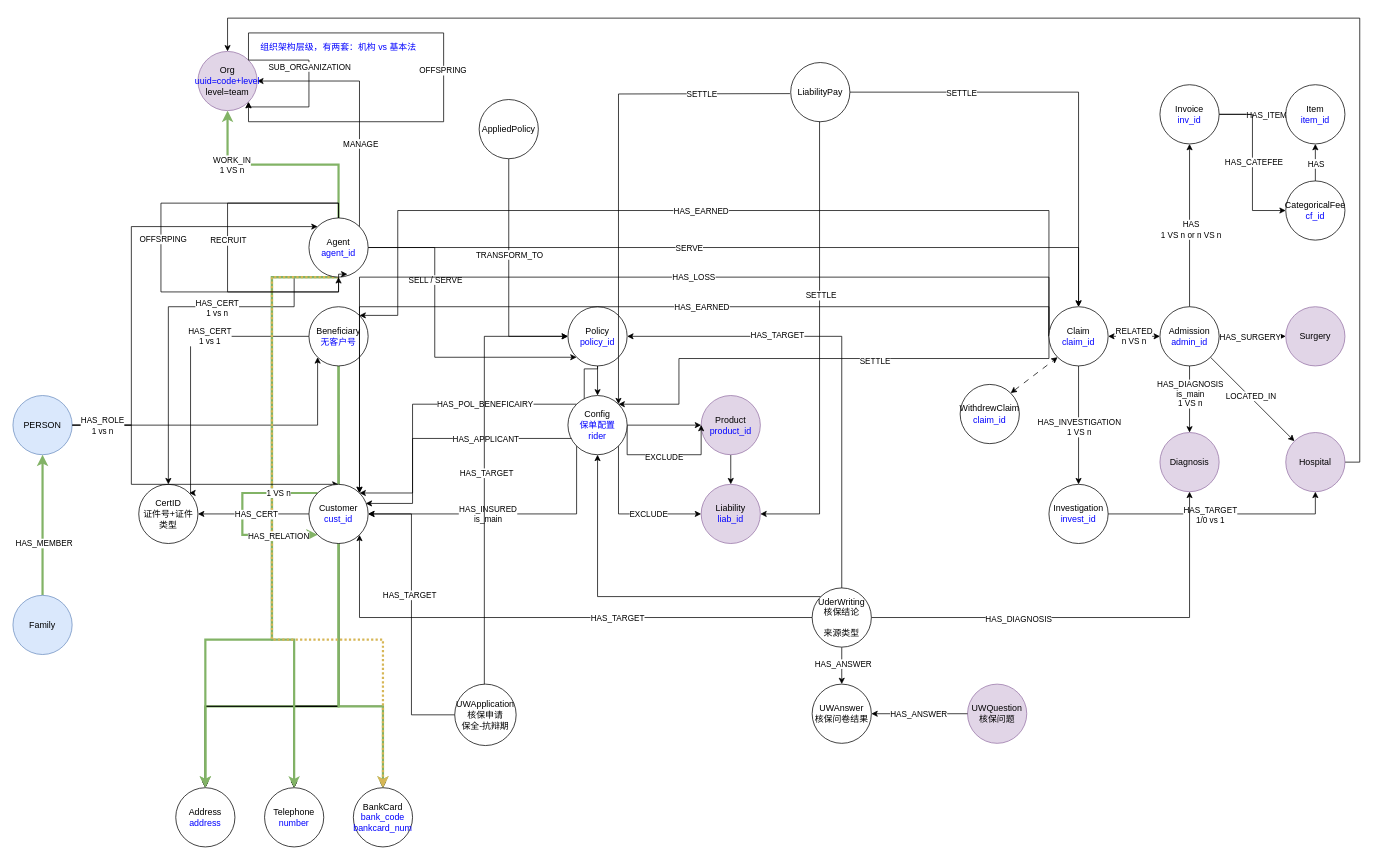
The draw.io diagram page "V1.3" (5 of 5) of 友邦/图拓扑设计.drawio in XiaoLiuAI/diagrams, before the edit. Source tidied: cells renumbered, new cells numbered last; positions are measured from the earlier drawing's top-left corner, leaving out a move shared by most shapes. Both pictures are drawn from the tidied source at 74%, with x=0, y=0 at pixel (13, 18).
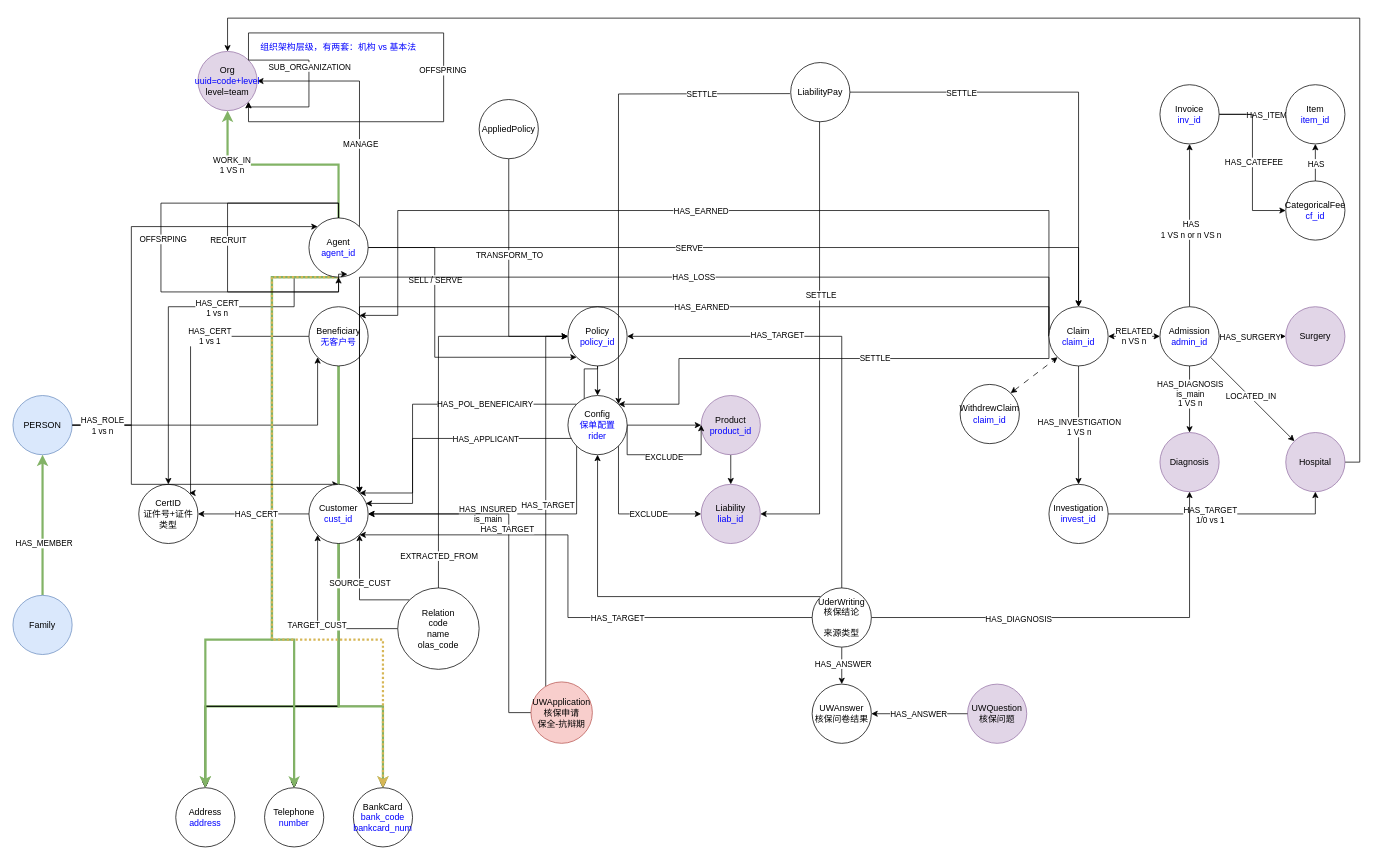
The same diagram, later.

Commit message (it also covers changes not shown here):
更新图拓扑设计.drawio

Unchanged cells that the change refers to:
```xml
<mxCell id="33" value="Policy&lt;br&gt;&lt;font color=&quot;#0000ff&quot;&gt;policy_id&lt;/font&gt;" style="ellipse;whiteSpace=wrap;html=1;" parent="1" vertex="1">
  <mxGeometry x="750" y="390" width="80" height="80" as="geometry" />
</mxCell>
<mxCell id="57" style="edgeStyle=orthogonalEdgeStyle;rounded=0;jettySize=auto;html=1;exitX=0;exitY=0.5;exitDx=0;exitDy=0;entryX=1;entryY=0;entryDx=0;entryDy=0;" parent="1" edge="1" source="59" target="46">
  <mxGeometry relative="1" as="geometry">
    <Array as="points">
      <mxPoint x="1400" y="460" />
      <mxPoint x="900" y="460" />
      <mxPoint x="900" y="522" />
    </Array>
  </mxGeometry>
</mxCell>
<mxCell id="114" value="Customer&lt;br&gt;&lt;font color=&quot;#0000ff&quot;&gt;cust_id&lt;/font&gt;" style="ellipse;whiteSpace=wrap;html=1;" parent="1" vertex="1">
  <mxGeometry x="400" y="630" width="80" height="80" as="geometry" />
</mxCell>
<mxCell id="124" value="UderWriting&lt;br&gt;核保结论&lt;br&gt;&lt;br&gt;来源类型" style="ellipse;whiteSpace=wrap;html=1;" parent="1" vertex="1">
  <mxGeometry x="1080" y="770" width="80" height="80" as="geometry" />
</mxCell>
```

The edit, as a diff of the source:
```diff
@@
     <mxCell id="58" value="SETTLE" style="edgeLabel;html=1;align=center;verticalAlign=middle;" parent="57" vertex="1">
-      <mxGeometry x="-0.21" y="3" relative="1" as="geometry" />
+      <mxGeometry x="-0.21" y="3" relative="1" as="geometry">
+        <mxPoint y="-4" as="offset" />
+      </mxGeometry>
     </mxCell>
@@
-    <mxCell id="87" style="edgeStyle=orthogonalEdgeStyle;rounded=0;orthogonalLoop=1;jettySize=auto;html=1;exitX=0;exitY=0;exitDx=0;exitDy=0;entryX=0;entryY=1;entryDx=0;entryDy=0;fillColor=#d5e8d4;strokeColor=#82b366;strokeWidth=3;" parent="1" edge="1" source="114" target="114">
-      <mxGeometry relative="1" as="geometry">
-        <Array as="points">
-          <mxPoint x="310" y="642" />
-          <mxPoint x="310" y="698" />
-        </Array>
-      </mxGeometry>
-    </mxCell>
-    <mxCell id="88" value="HAS_RELATION" style="edgeLabel;html=1;align=center;verticalAlign=middle;" parent="87" vertex="1">
-      <mxGeometry x="0.59" y="-1" relative="1" as="geometry" />
-    </mxCell>
-    <mxCell id="89" value="1 VS n" style="edgeLabel;html=1;align=center;verticalAlign=middle;" parent="87" vertex="1">
-      <mxGeometry x="-0.59" relative="1" as="geometry" />
-    </mxCell>
@@
     <mxCell id="118" style="edgeStyle=orthogonalEdgeStyle;rounded=0;jettySize=auto;html=1;exitX=0;exitY=0.5;exitDx=0;exitDy=0;entryX=1;entryY=1;entryDx=0;entryDy=0;" parent="1" edge="1" source="124" target="114">
-      <mxGeometry relative="1" as="geometry" />
+      <mxGeometry relative="1" as="geometry">
+        <Array as="points">
+          <mxPoint x="750" y="810" />
+          <mxPoint x="750" y="698" />
+        </Array>
+      </mxGeometry>
     </mxCell>
@@
     <mxCell id="133" style="edgeStyle=orthogonalEdgeStyle;rounded=0;jettySize=auto;html=1;" parent="1" edge="1" source="137">
       <mxGeometry relative="1" as="geometry">
         <mxPoint x="750" y="430" as="targetPoint" />
         <Array as="points">
-          <mxPoint x="637" y="430" />
+          <mxPoint x="720" y="430" />
         </Array>
       </mxGeometry>
     </mxCell>
@@
     <mxCell id="135" style="edgeStyle=orthogonalEdgeStyle;rounded=0;jettySize=auto;html=1;exitX=0;exitY=0.5;exitDx=0;exitDy=0;entryX=1;entryY=0.5;entryDx=0;entryDy=0;" parent="1" edge="1" source="137" target="114">
-      <mxGeometry relative="1" as="geometry" />
+      <mxGeometry relative="1" as="geometry">
+        <Array as="points">
+          <mxPoint x="670" y="939" />
+          <mxPoint x="670" y="670" />
+        </Array>
+      </mxGeometry>
     </mxCell>
@@
-    <mxCell id="137" value="UWApplication&lt;br&gt;核保申请&lt;br&gt;保全-抗辩期" style="ellipse;whiteSpace=wrap;html=1;" parent="1" vertex="1">
-      <mxGeometry x="597" y="900" width="83" height="83" as="geometry" />
+    <mxCell id="137" value="UWApplication&lt;br&gt;核保申请&lt;br&gt;保全-抗辩期" style="ellipse;whiteSpace=wrap;html=1;fillColor=#f8cecc;strokeColor=#b85450;" parent="1" vertex="1">
+      <mxGeometry x="700" y="897" width="83" height="83" as="geometry" />
     </mxCell>
@@
+    <mxCell id="142" style="edgeStyle=orthogonalEdgeStyle;rounded=0;jettySize=auto;html=1;exitX=0;exitY=0.5;exitDx=0;exitDy=0;entryX=0;entryY=1;entryDx=0;entryDy=0;" parent="1" edge="1" source="148" target="114">
+      <mxGeometry relative="1" as="geometry" />
+    </mxCell>
+    <mxCell id="143" value="TARGET_CUST" style="edgeLabel;html=1;align=center;verticalAlign=middle;" parent="142" vertex="1">
+      <mxGeometry x="-0.04" y="1" relative="1" as="geometry" />
+    </mxCell>
+    <mxCell id="144" style="edgeStyle=orthogonalEdgeStyle;rounded=0;jettySize=auto;html=1;exitX=0;exitY=0;exitDx=0;exitDy=0;entryX=1;entryY=1;entryDx=0;entryDy=0;" parent="1" edge="1" source="148" target="114">
+      <mxGeometry relative="1" as="geometry" />
+    </mxCell>
+    <mxCell id="145" value="SOURCE_CUST" style="edgeLabel;html=1;align=center;verticalAlign=middle;" parent="144" vertex="1">
+      <mxGeometry x="0.16" relative="1" as="geometry" />
+    </mxCell>
+    <mxCell id="146" style="edgeStyle=orthogonalEdgeStyle;rounded=0;jettySize=auto;html=1;exitX=0.5;exitY=0;exitDx=0;exitDy=0;entryX=0;entryY=0.5;entryDx=0;entryDy=0;" parent="1" edge="1" source="148" target="33">
+      <mxGeometry relative="1" as="geometry" />
+    </mxCell>
+    <mxCell id="147" value="EXTRACTED_FROM" style="edgeLabel;html=1;align=center;verticalAlign=middle;" parent="146" vertex="1">
+      <mxGeometry x="-0.83" relative="1" as="geometry" />
+    </mxCell>
+    <mxCell id="148" value="Relation&lt;br&gt;code&lt;br&gt;name&lt;br&gt;olas_code&lt;br&gt;" style="ellipse;whiteSpace=wrap;html=1;" parent="1" vertex="1">
+      <mxGeometry x="520" y="770" width="110" height="110" as="geometry" />
+    </mxCell>
```
